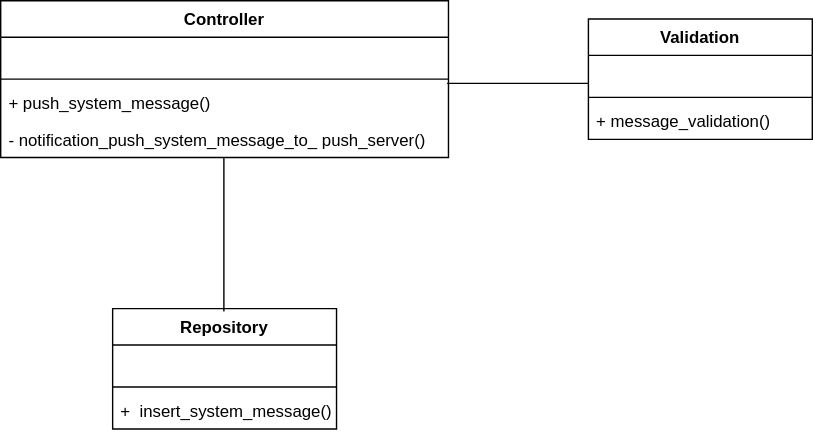
shlim0/2022_capstone1 keeps this draw.io diagram as 클래스 다이어그램/announcement_server_class_diagram.svg. Above is the earlier version. Source tidied: cells renumbered, new cells last; positions are measured from the earlier drawing's top-left corner, leaving out a move shared by most shapes.
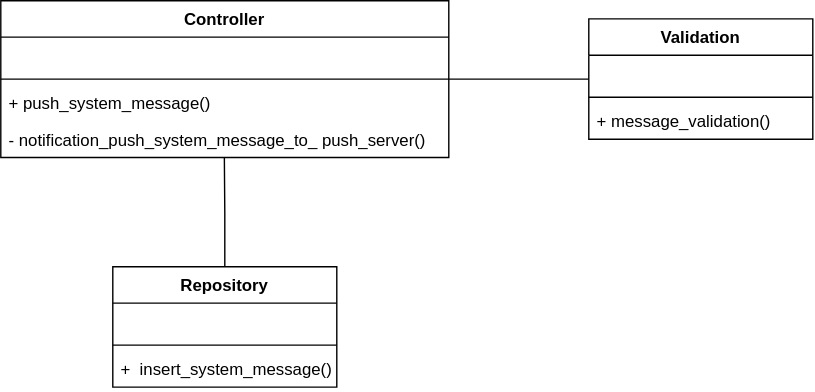
Above is the later version.

Diff of the diagram source:
```diff
@@ -17,8 +17,11 @@
     <mxCell id="6" value="- notification_push_system_message_to_ push_server()" style="text;strokeColor=none;fillColor=none;align=left;verticalAlign=top;spacingLeft=4;spacingRight=4;overflow=hidden;points=[[0,0.5],[1,0.5]];portConstraint=eastwest;" parent="2" vertex="1">
       <mxGeometry y="86" width="320" height="26" as="geometry" />
     </mxCell>
+    <mxCell id="17" style="edgeStyle=orthogonalEdgeStyle;rounded=0;jettySize=auto;html=1;entryX=0.499;entryY=0.987;entryDx=0;entryDy=0;entryPerimeter=0;endArrow=none;endFill=0;" parent="1" edge="1" source="7" target="6">
+      <mxGeometry relative="1" as="geometry" />
+    </mxCell>
     <mxCell id="7" value="Repository" style="swimlane;fontStyle=1;align=center;verticalAlign=top;horizontal=1;startSize=26;" parent="1" vertex="1">
-      <mxGeometry x="80" y="220" width="160" height="86" as="geometry" />
+      <mxGeometry x="80" y="190" width="160" height="86" as="geometry" />
     </mxCell>
     <mxCell id="8" value=" " style="text;strokeColor=none;fillColor=none;align=left;verticalAlign=top;spacingLeft=4;spacingRight=4;overflow=hidden;" parent="7" vertex="1">
       <mxGeometry y="26" width="160" height="26" as="geometry" />
@@ -29,6 +32,9 @@
     <mxCell id="10" value="+  insert_system_message()" style="text;strokeColor=none;fillColor=none;align=left;verticalAlign=top;spacingLeft=4;spacingRight=4;overflow=hidden;" parent="7" vertex="1">
       <mxGeometry y="60" width="160" height="26" as="geometry" />
     </mxCell>
+    <mxCell id="18" style="edgeStyle=orthogonalEdgeStyle;rounded=0;jettySize=auto;html=1;endArrow=none;endFill=0;entryX=1;entryY=0.5;entryDx=0;entryDy=0;" parent="1" edge="1" source="11" target="2">
+      <mxGeometry relative="1" as="geometry" />
+    </mxCell>
     <mxCell id="11" value="Validation" style="swimlane;fontStyle=1;align=center;verticalAlign=top;horizontal=1;startSize=26;" parent="1" vertex="1">
       <mxGeometry x="420" y="13" width="160" height="86" as="geometry" />
     </mxCell>
@@ -41,14 +47,5 @@
     <mxCell id="14" value="+ message_validation()" style="text;strokeColor=none;fillColor=none;align=left;verticalAlign=top;spacingLeft=4;spacingRight=4;overflow=hidden;" parent="11" vertex="1">
       <mxGeometry y="60" width="160" height="26" as="geometry" />
     </mxCell>
-    <mxCell id="15" style="endArrow=none;html=1;rounded=0;" parent="1" edge="1">
-      <mxGeometry relative="1" as="geometry">
-        <mxPoint x="159.5" y="112" as="sourcePoint" />
-        <mxPoint x="159.5" y="222" as="targetPoint" />
-      </mxGeometry>
-    </mxCell>
-    <mxCell id="16" style="endArrow=none;html=1;rounded=0;exitX=0;exitY=0.77;exitDx=0;exitDy=0;entryX=0.997;entryY=-0.038;entryDx=0;entryDy=0;entryPerimeter=0;exitPerimeter=0;" parent="1" edge="1" source="12" target="5">
-      <mxGeometry relative="1" as="geometry" />
-    </mxCell>
   </root>
 </mxGraphModel>
```
